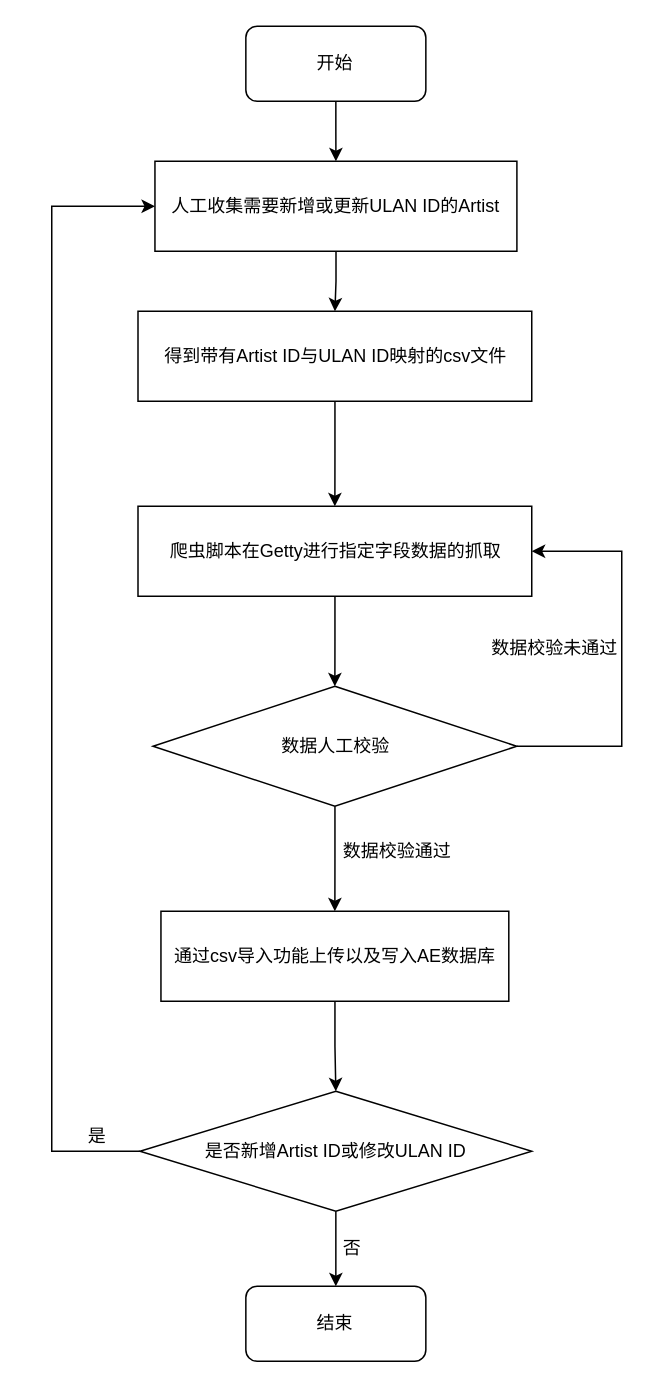
stormwasd/draw_io keeps this draw.io diagram as aida-diagrams-394.drawio. Above is the earlier version. Source tidied: cells renumbered, new cells numbered last; positions are measured from the earlier drawing's top-left corner, leaving out a move shared by most shapes. Both pictures are drawn from the tidied source at 150%, with x=0, y=0 at pixel (51, 26).
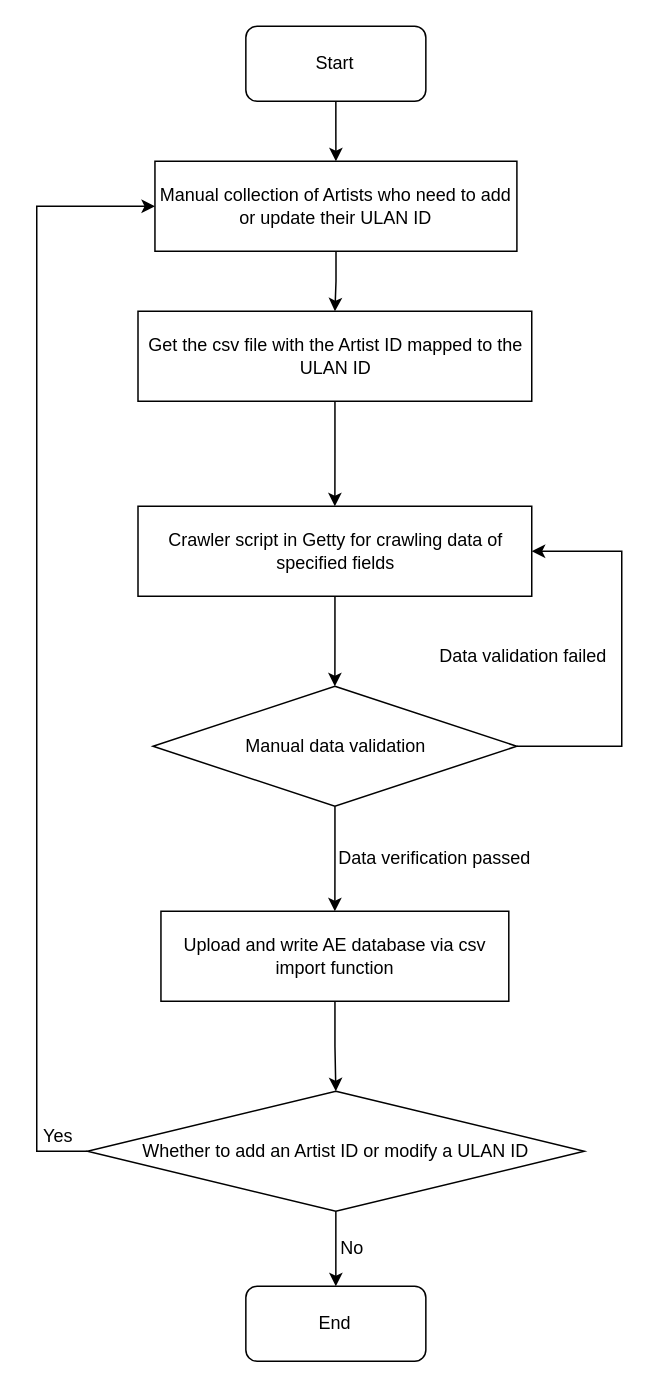
Above is the later version.

Diff of the diagram source:
```diff
@@
-    <mxCell id="3" value="&lt;div style=&quot;text-align: left;&quot;&gt;&lt;span style=&quot;background-color: initial;&quot;&gt;得到带有Artist ID&lt;/span&gt;&lt;span style=&quot;background-color: initial;&quot;&gt;与ULAN ID映射的csv文件&lt;/span&gt;&lt;/div&gt;" style="rounded=0;whiteSpace=wrap;html=1;" parent="1" vertex="1">
+    <mxCell id="3" value="&lt;div style=&quot;&quot;&gt;Get the csv file with the Artist ID mapped to the ULAN ID&lt;br&gt;&lt;/div&gt;" style="rounded=0;whiteSpace=wrap;html=1;" parent="1" vertex="1">
       <mxGeometry x="57.5" y="190" width="262.5" height="60" as="geometry" />
     </mxCell>
@@
-    <mxCell id="5" value="爬虫脚本在Getty进行指定字段数据的抓取" style="rounded=0;whiteSpace=wrap;html=1;" parent="1" vertex="1">
+    <mxCell id="5" value="Crawler script in Getty for crawling data of specified fields" style="rounded=0;whiteSpace=wrap;html=1;" parent="1" vertex="1">
       <mxGeometry x="57.5" y="320" width="262.5" height="60" as="geometry" />
     </mxCell>
@@
-    <mxCell id="8" value="数据人工校验" style="rhombus;whiteSpace=wrap;html=1;" parent="1" vertex="1">
+    <mxCell id="8" value="Manual data validation" style="rhombus;whiteSpace=wrap;html=1;" parent="1" vertex="1">
       <mxGeometry x="67.5" y="440" width="242.5" height="80" as="geometry" />
     </mxCell>
@@
-    <mxCell id="10" value="通过csv导入功能上传以及写入AE数据库" style="rounded=0;whiteSpace=wrap;html=1;" parent="1" vertex="1">
+    <mxCell id="10" value="Upload and write AE database via csv import function" style="rounded=0;whiteSpace=wrap;html=1;" parent="1" vertex="1">
       <mxGeometry x="72.8" y="590" width="231.9" height="60" as="geometry" />
     </mxCell>
-    <mxCell id="11" value="数据校验通过" style="text;html=1;align=center;verticalAlign=middle;strokeColor=none;fillColor=none;" parent="1" vertex="1">
-      <mxGeometry x="180" y="535" width="100" height="30" as="geometry" />
+    <mxCell id="11" value="Data verification passed" style="text;html=1;align=center;verticalAlign=middle;strokeColor=none;fillColor=none;" parent="1" vertex="1">
+      <mxGeometry x="180" y="540" width="150" height="30" as="geometry" />
     </mxCell>
-    <mxCell id="12" value="数据校验未通过" style="text;html=1;align=center;verticalAlign=middle;strokeColor=none;fillColor=none;" parent="1" vertex="1">
-      <mxGeometry x="280" y="400" width="110" height="30" as="geometry" />
+    <mxCell id="12" value="Data validation failed" style="text;html=1;align=center;verticalAlign=middle;strokeColor=none;fillColor=none;" parent="1" vertex="1">
+      <mxGeometry x="249.4" y="405" width="130" height="30" as="geometry" />
     </mxCell>
@@
     <mxCell id="14" style="edgeStyle=orthogonalEdgeStyle;rounded=0;jettySize=auto;html=1;entryX=0;entryY=0.5;entryDx=0;entryDy=0;" parent="1" edge="1" source="15" target="22">
       <mxGeometry relative="1" as="geometry">
         <Array as="points">
-          <mxPoint y="750" />
-          <mxPoint y="120" />
+          <mxPoint x="-10" y="750" />
+          <mxPoint x="-10" y="120" />
         </Array>
       </mxGeometry>
     </mxCell>
-    <mxCell id="15" value="是否新增Artist ID或修改ULAN ID" style="rhombus;whiteSpace=wrap;html=1;" parent="1" vertex="1">
-      <mxGeometry x="58.8" y="710" width="261.2" height="80" as="geometry" />
+    <mxCell id="15" value="Whether to add an Artist ID or modify a ULAN ID" style="rhombus;whiteSpace=wrap;html=1;" parent="1" vertex="1">
+      <mxGeometry x="23.8" y="710" width="331.2" height="80" as="geometry" />
     </mxCell>
-    <mxCell id="16" value="结束" style="rounded=1;whiteSpace=wrap;html=1;" parent="1" vertex="1">
+    <mxCell id="16" value="End" style="rounded=1;whiteSpace=wrap;html=1;" parent="1" vertex="1">
       <mxGeometry x="129.4" y="840" width="120" height="50" as="geometry" />
     </mxCell>
@@
-    <mxCell id="18" value="开始" style="rounded=1;whiteSpace=wrap;html=1;" parent="1" vertex="1">
+    <mxCell id="18" value="Start" style="rounded=1;whiteSpace=wrap;html=1;" parent="1" vertex="1">
       <mxGeometry x="129.4" width="120" height="50" as="geometry" />
     </mxCell>
-    <mxCell id="19" value="否" style="text;html=1;align=center;verticalAlign=middle;strokeColor=none;fillColor=none;" parent="1" vertex="1">
+    <mxCell id="19" value="No" style="text;html=1;align=center;verticalAlign=middle;strokeColor=none;fillColor=none;" parent="1" vertex="1">
       <mxGeometry x="180" y="800" width="40" height="30" as="geometry" />
     </mxCell>
-    <mxCell id="20" value="是" style="text;html=1;align=center;verticalAlign=middle;strokeColor=none;fillColor=none;" parent="1" vertex="1">
-      <mxGeometry x="10" y="725" width="40" height="30" as="geometry" />
+    <mxCell id="20" value="Yes" style="text;html=1;align=center;verticalAlign=middle;strokeColor=none;fillColor=none;" parent="1" vertex="1">
+      <mxGeometry x="-16.2" y="725" width="40" height="30" as="geometry" />
     </mxCell>
@@
-    <mxCell id="22" value="人工收集需要新增或更新ULAN ID的Artist" style="rounded=0;whiteSpace=wrap;html=1;" parent="1" vertex="1">
+    <mxCell id="22" value="Manual collection of Artists who need to add or update their ULAN ID" style="rounded=0;whiteSpace=wrap;html=1;" parent="1" vertex="1">
       <mxGeometry x="68.8" y="90" width="241.3" height="60" as="geometry" />
     </mxCell>
```
